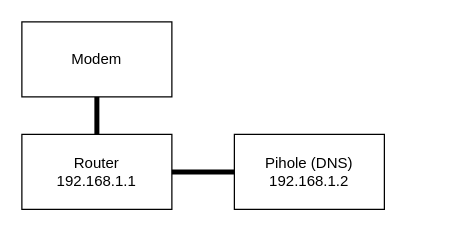
Earlier version of the draw.io diagram Homelab.drawio (JadenMay/Homelab). Source tidied: cells renumbered, new cells numbered last; positions are measured from the earlier drawing's top-left corner, leaving out a move shared by most shapes. Both pictures are drawn from the tidied source at 125%, with x=0, y=0 at pixel (21, 21).
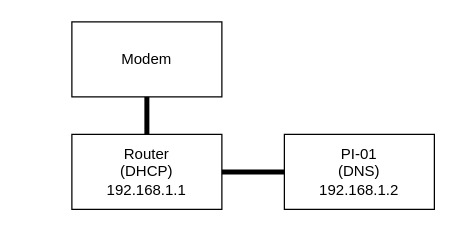
After the change.

The edit, as a diff of the source:
```diff
@@
-<mxGraphModel>
+<mxGraphModel background="#FFFFFF">
   <root>
     <mxCell id="0" />
     <mxCell id="1" parent="0" />
+    <mxCell id="7" style="group;" parent="1" vertex="1">
+      <mxGeometry x="40" width="290" height="150" as="geometry" />
+    </mxCell>
-    <mxCell id="2" value="Modem" style="rounded=0;whiteSpace=wrap;html=1;fontFamily=Helvetica;" parent="1" vertex="1">
+    <mxCell id="2" value="Modem" style="rounded=0;whiteSpace=wrap;html=1;fontFamily=Helvetica;" parent="7" vertex="1">
       <mxGeometry width="120" height="60" as="geometry" />
     </mxCell>
-    <mxCell id="3" value="Router&lt;br&gt;192.168.1.1" style="rounded=0;whiteSpace=wrap;html=1;fontFamily=Helvetica;" parent="1" vertex="1">
+    <mxCell id="3" value="Router&lt;br&gt;(DHCP)&lt;br&gt;192.168.1.1" style="rounded=0;whiteSpace=wrap;html=1;fontFamily=Helvetica;" parent="7" vertex="1">
       <mxGeometry y="90" width="120" height="60" as="geometry" />
     </mxCell>
-    <mxCell id="4" value="Pihole (DNS)&lt;br&gt;192.168.1.2" style="rounded=0;whiteSpace=wrap;html=1;fontFamily=Helvetica;" parent="1" vertex="1">
+    <mxCell id="4" value="PI-01&lt;br&gt;(DNS)&lt;br&gt;192.168.1.2" style="rounded=0;whiteSpace=wrap;html=1;fontFamily=Helvetica;" parent="7" vertex="1">
       <mxGeometry x="170" y="90" width="120" height="60" as="geometry" />
     </mxCell>
-    <mxCell id="5" style="endArrow=none;html=1;rounded=0;fontFamily=Helvetica;entryX=0.5;entryY=1;entryDx=0;entryDy=0;strokeWidth=4;" parent="1" edge="1" target="2">
+    <mxCell id="5" style="endArrow=none;html=1;rounded=0;fontFamily=Helvetica;entryX=0.5;entryY=1;entryDx=0;entryDy=0;strokeWidth=4;" parent="7" edge="1" target="2">
       <mxGeometry relative="1" as="geometry">
         <mxPoint x="60" y="90" as="sourcePoint" />
       </mxGeometry>
     </mxCell>
-    <mxCell id="6" style="endArrow=none;html=1;rounded=0;fontFamily=Helvetica;entryX=1;entryY=0.5;entryDx=0;entryDy=0;strokeWidth=4;exitX=0;exitY=0.5;exitDx=0;exitDy=0;" parent="1" edge="1" source="4" target="3">
+    <mxCell id="6" style="endArrow=none;html=1;rounded=0;fontFamily=Helvetica;entryX=1;entryY=0.5;entryDx=0;entryDy=0;strokeWidth=4;exitX=0;exitY=0.5;exitDx=0;exitDy=0;" parent="7" edge="1" source="4" target="3">
       <mxGeometry relative="1" as="geometry" />
     </mxCell>
   </root>
 </mxGraphModel>
```
